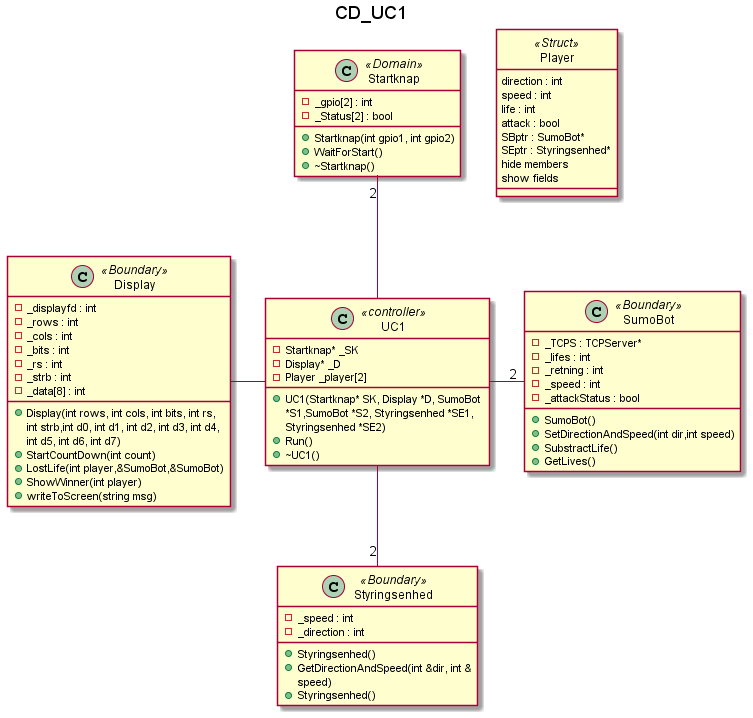
This is Diagrammer/CentralComputer/ClassDiagram/ClassDiagram/CD_UC1.png from Solvgraa-mager/E3PRJ3, a PlantUML export, as it was before one commit.
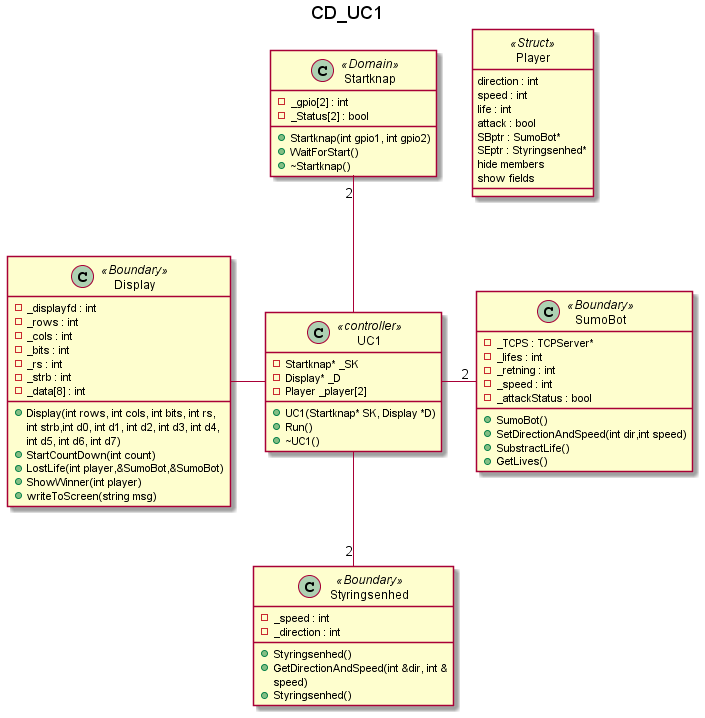
Above is the later version.

The edit, as a diff of the source:
```diff
@@ -4,7 +4,7 @@
 skinparam wrapWidth 200
 
 class UC1 <<controller>>{
-    +UC1(Startknap* SK, Display *D, SumoBot *S1,SumoBot *S2, Styringsenhed *SE1, Styringsenhed *SE2)
+    +UC1(Startknap* SK, Display *D)
     +Run()
     +~UC1()
     -Startknap* _SK
```
